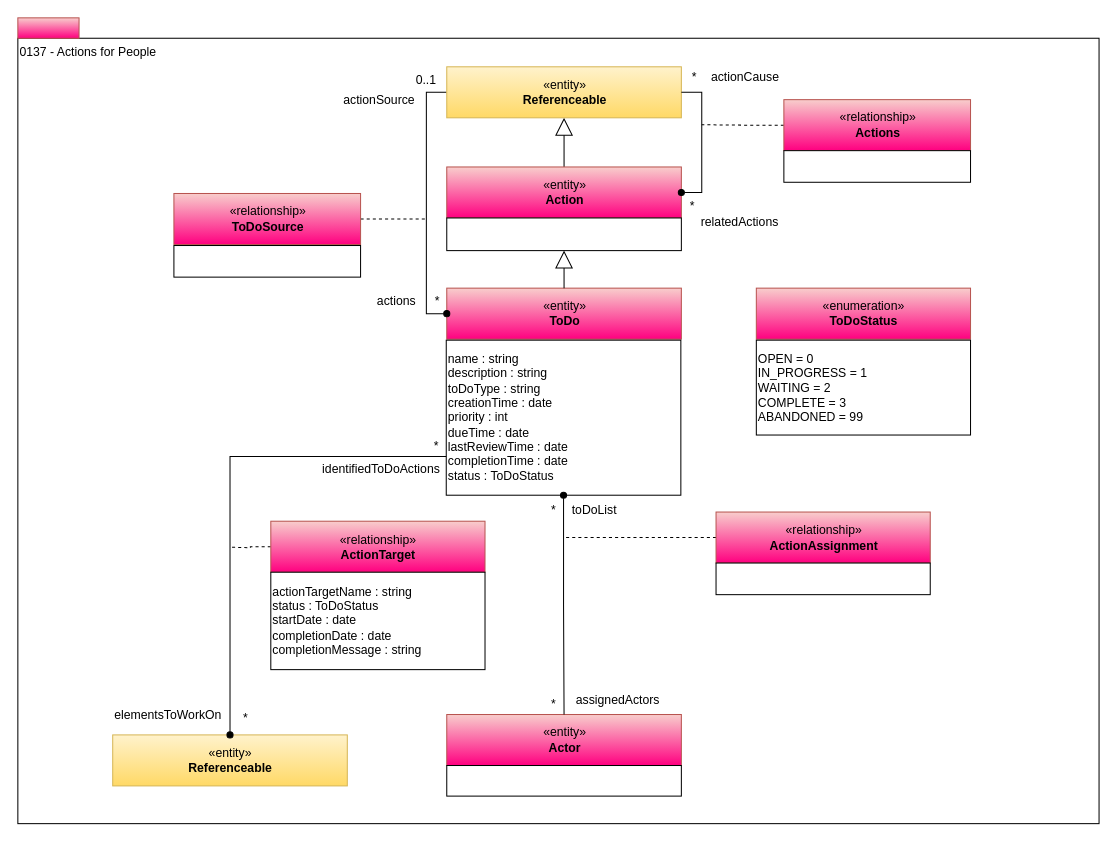
Earlier version of the draw.io diagram page "0137-Actions" (9 of 13) of site/docs/types/1/area-1-collaboration.drawio (odpi/egeria-docs). Source tidied: cells renumbered, new cells numbered last; positions are measured from the earlier drawing's top-left corner, leaving out a move shared by most shapes. Both pictures are drawn from the tidied source at 102%, with x=0, y=0 at pixel (17, 17).
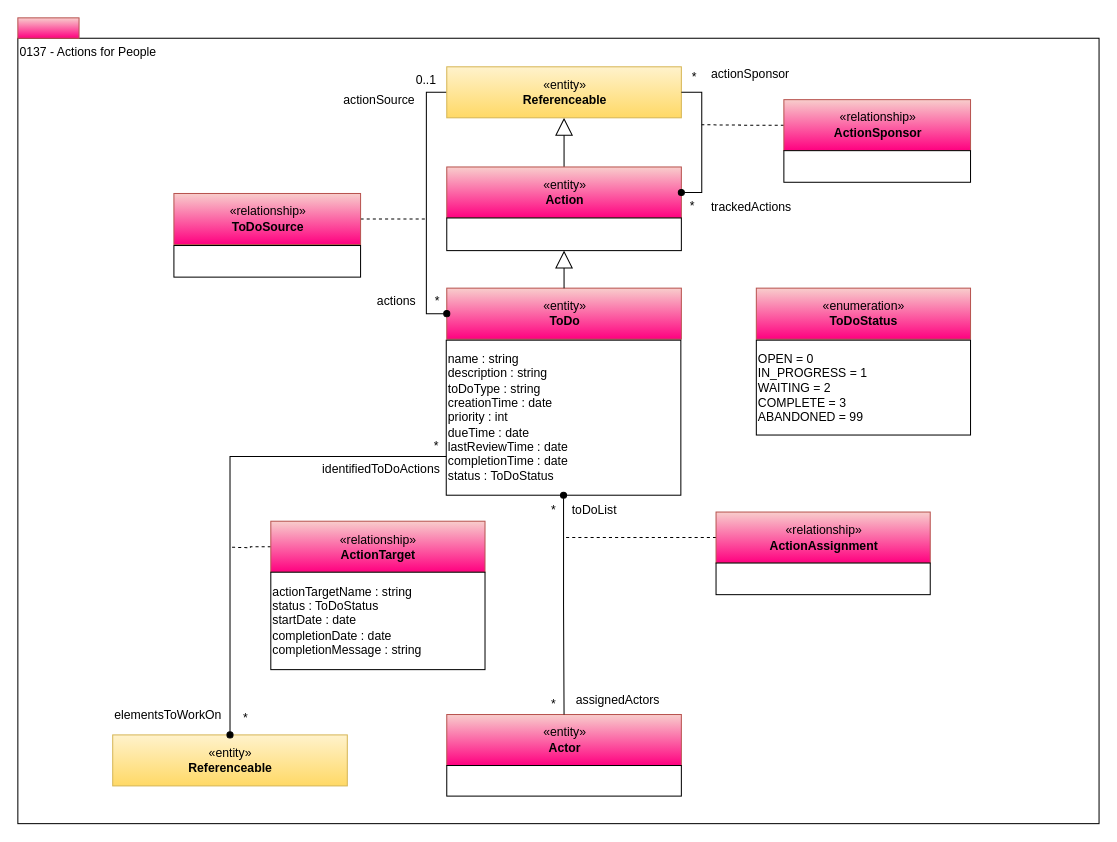
After the change.

The edit, as a diff of the source:
```diff
@@
-    <mxCell id="8" value="«relationship»&lt;br&gt;&lt;b&gt;Actions&lt;/b&gt;" style="html=1;strokeColor=#b85450;align=center;fillColor=#f8cecc;gradientColor=#FF0080;" parent="1" vertex="1">
+    <mxCell id="8" value="«relationship»&lt;br&gt;&lt;b&gt;ActionSponsor&lt;/b&gt;" style="html=1;strokeColor=#b85450;align=center;fillColor=#f8cecc;gradientColor=#FF0080;" parent="1" vertex="1">
       <mxGeometry x="751" y="80.2" width="183" height="50" as="geometry" />
     </mxCell>
@@
-    <mxCell id="14" value="actionCause" style="text;html=1;align=left;verticalAlign=top;spacingTop=-4;" parent="1" vertex="1">
-      <mxGeometry x="677.5" y="48" width="90" height="20" as="geometry" />
+    <mxCell id="14" value="actionSponsor" style="text;html=1;align=left;verticalAlign=top;spacingTop=-4;" parent="1" vertex="1">
+      <mxGeometry x="677.5" y="45" width="100" height="20" as="geometry" />
     </mxCell>
-    <mxCell id="15" value="relatedActions" style="text;html=1;align=left;verticalAlign=top;spacingTop=-4;" parent="1" vertex="1">
-      <mxGeometry x="667.5" y="191.2" width="90" height="20" as="geometry" />
+    <mxCell id="15" value="trackedActions" style="text;html=1;align=left;verticalAlign=top;spacingTop=-4;" parent="1" vertex="1">
+      <mxGeometry x="677.5" y="176.2" width="100" height="20" as="geometry" />
     </mxCell>
```
